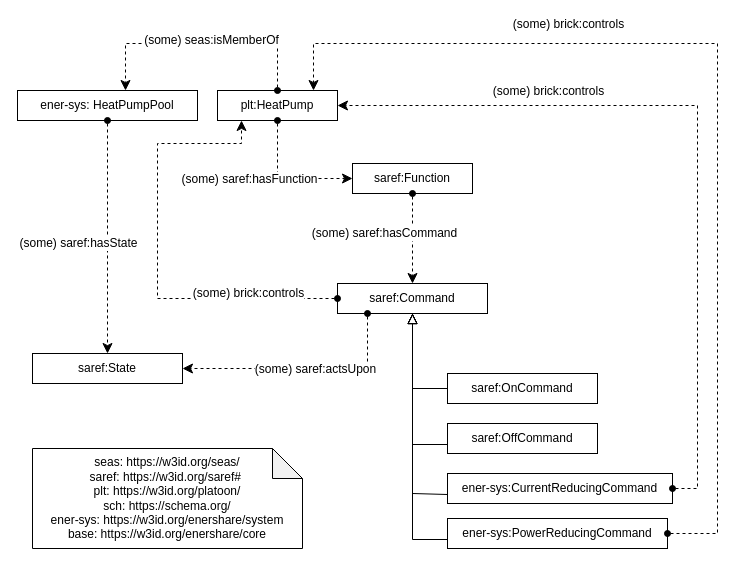
Above: page "pump&Command" (3 of 5) of SDMPilotsDiagrams/Harmonized-SDM-pilot6-V1.7.drawio in EnershareProject/EnershareOntologies (draw.io), before the change. Source tidied: cells renumbered, new cells numbered last; positions are measured from the earlier drawing's top-left corner, leaving out a move shared by most shapes. Both pictures are drawn from the tidied source at 100%, with x=0, y=0 at pixel (17, 43).
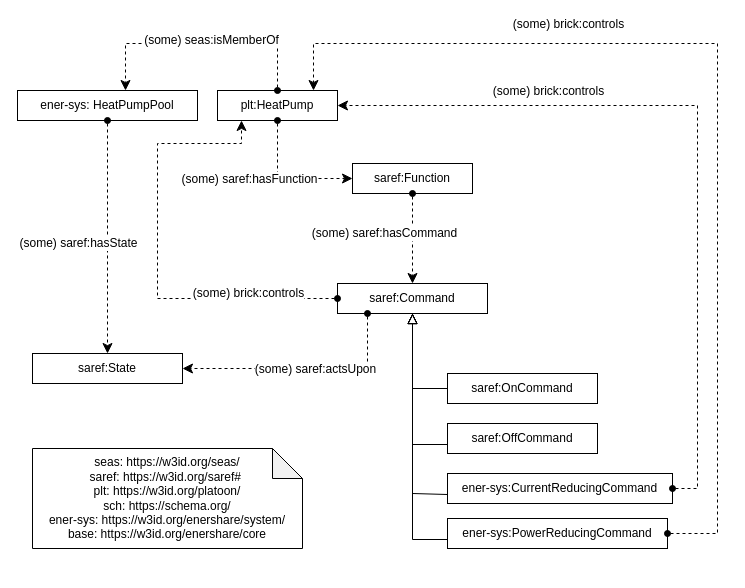
The same page after the edit.

Diff of the diagram source:
```diff
@@
-    <mxCell id="31" value="&lt;div&gt;&lt;/div&gt;&lt;div style=&quot;&quot;&gt;&lt;div style=&quot;border-color: var(--border-color);&quot;&gt;&amp;nbsp;&lt;/div&gt;&lt;div style=&quot;border-color: var(--border-color);&quot;&gt;&lt;br&gt;&lt;/div&gt;&lt;div style=&quot;border-color: var(--border-color);&quot;&gt;seas: https://w3id.org/seas/&lt;br style=&quot;border-color: var(--border-color);&quot;&gt;&lt;/div&gt;&lt;div style=&quot;border-color: var(--border-color);&quot;&gt;&lt;span style=&quot;border-color: var(--border-color); background-color: initial;&quot;&gt;saref: https://w3id.org/saref&lt;/span&gt;&lt;span style=&quot;background-color: initial;&quot;&gt;#&amp;nbsp;&lt;/span&gt;&lt;/div&gt;&lt;div style=&quot;border-color: var(--border-color);&quot;&gt;&lt;span style=&quot;background-color: initial;&quot;&gt;plt: https://w3id.org/platoon/&lt;/span&gt;&lt;br&gt;&lt;/div&gt;&lt;div style=&quot;border-color: var(--border-color);&quot;&gt;&lt;div style=&quot;border-color: var(--border-color);&quot;&gt;&lt;div style=&quot;border-color: var(--border-color);&quot;&gt;sch: https://schema.org/&lt;/div&gt;&lt;/div&gt;&lt;/div&gt;&lt;div style=&quot;border-color: var(--border-color);&quot;&gt;&lt;span style=&quot;background-color: initial;&quot;&gt;ener-sys:&amp;nbsp;https://w3id.org/enershare/system&lt;/span&gt;&lt;br&gt;&lt;/div&gt;&lt;/div&gt;&lt;div style=&quot;&quot;&gt;&lt;div style=&quot;border-color: var(--border-color);&quot;&gt;&lt;div style=&quot;border-color: var(--border-color);&quot;&gt;&lt;span style=&quot;background-color: initial;&quot;&gt;base:&amp;nbsp;https://w3id.org/enershare/core&lt;/span&gt;&lt;br&gt;&lt;/div&gt;&lt;div style=&quot;border-color: var(--border-color);&quot;&gt;&lt;div style=&quot;border-color: var(--border-color);&quot;&gt;&lt;/div&gt;&lt;/div&gt;&lt;div&gt;&lt;br&gt;&lt;br&gt;&lt;/div&gt;&lt;/div&gt;&lt;div style=&quot;border-color: var(--border-color);&quot;&gt;&lt;/div&gt;&lt;/div&gt;" style="shape=note;whiteSpace=wrap;html=1;backgroundOutline=1;darkOpacity=0.05;" parent="1" vertex="1">
+    <mxCell id="31" value="&lt;div&gt;&lt;/div&gt;&lt;div style=&quot;&quot;&gt;&lt;div style=&quot;border-color: var(--border-color);&quot;&gt;&amp;nbsp;&lt;/div&gt;&lt;div style=&quot;border-color: var(--border-color);&quot;&gt;&lt;br&gt;&lt;/div&gt;&lt;div style=&quot;border-color: var(--border-color);&quot;&gt;seas: https://w3id.org/seas/&lt;br style=&quot;border-color: var(--border-color);&quot;&gt;&lt;/div&gt;&lt;div style=&quot;border-color: var(--border-color);&quot;&gt;&lt;span style=&quot;border-color: var(--border-color); background-color: initial;&quot;&gt;saref: https://w3id.org/saref&lt;/span&gt;&lt;span style=&quot;background-color: initial;&quot;&gt;#&amp;nbsp;&lt;/span&gt;&lt;/div&gt;&lt;div style=&quot;border-color: var(--border-color);&quot;&gt;&lt;span style=&quot;background-color: initial;&quot;&gt;plt: https://w3id.org/platoon/&lt;/span&gt;&lt;br&gt;&lt;/div&gt;&lt;div style=&quot;border-color: var(--border-color);&quot;&gt;&lt;div style=&quot;border-color: var(--border-color);&quot;&gt;&lt;div style=&quot;border-color: var(--border-color);&quot;&gt;sch: https://schema.org/&lt;/div&gt;&lt;/div&gt;&lt;/div&gt;&lt;div style=&quot;border-color: var(--border-color);&quot;&gt;&lt;span style=&quot;background-color: initial;&quot;&gt;ener-sys:&amp;nbsp;https://w3id.org/enershare/system/&lt;/span&gt;&lt;br&gt;&lt;/div&gt;&lt;/div&gt;&lt;div style=&quot;&quot;&gt;&lt;div style=&quot;border-color: var(--border-color);&quot;&gt;&lt;div style=&quot;border-color: var(--border-color);&quot;&gt;&lt;span style=&quot;background-color: initial;&quot;&gt;base:&amp;nbsp;https://w3id.org/enershare/core&lt;/span&gt;&lt;br&gt;&lt;/div&gt;&lt;div style=&quot;border-color: var(--border-color);&quot;&gt;&lt;div style=&quot;border-color: var(--border-color);&quot;&gt;&lt;/div&gt;&lt;/div&gt;&lt;div&gt;&lt;br&gt;&lt;br&gt;&lt;/div&gt;&lt;/div&gt;&lt;div style=&quot;border-color: var(--border-color);&quot;&gt;&lt;/div&gt;&lt;/div&gt;" style="shape=note;whiteSpace=wrap;html=1;backgroundOutline=1;darkOpacity=0.05;" parent="1" vertex="1">
       <mxGeometry x="15" y="405" width="270" height="100" as="geometry" />
     </mxCell>
```
